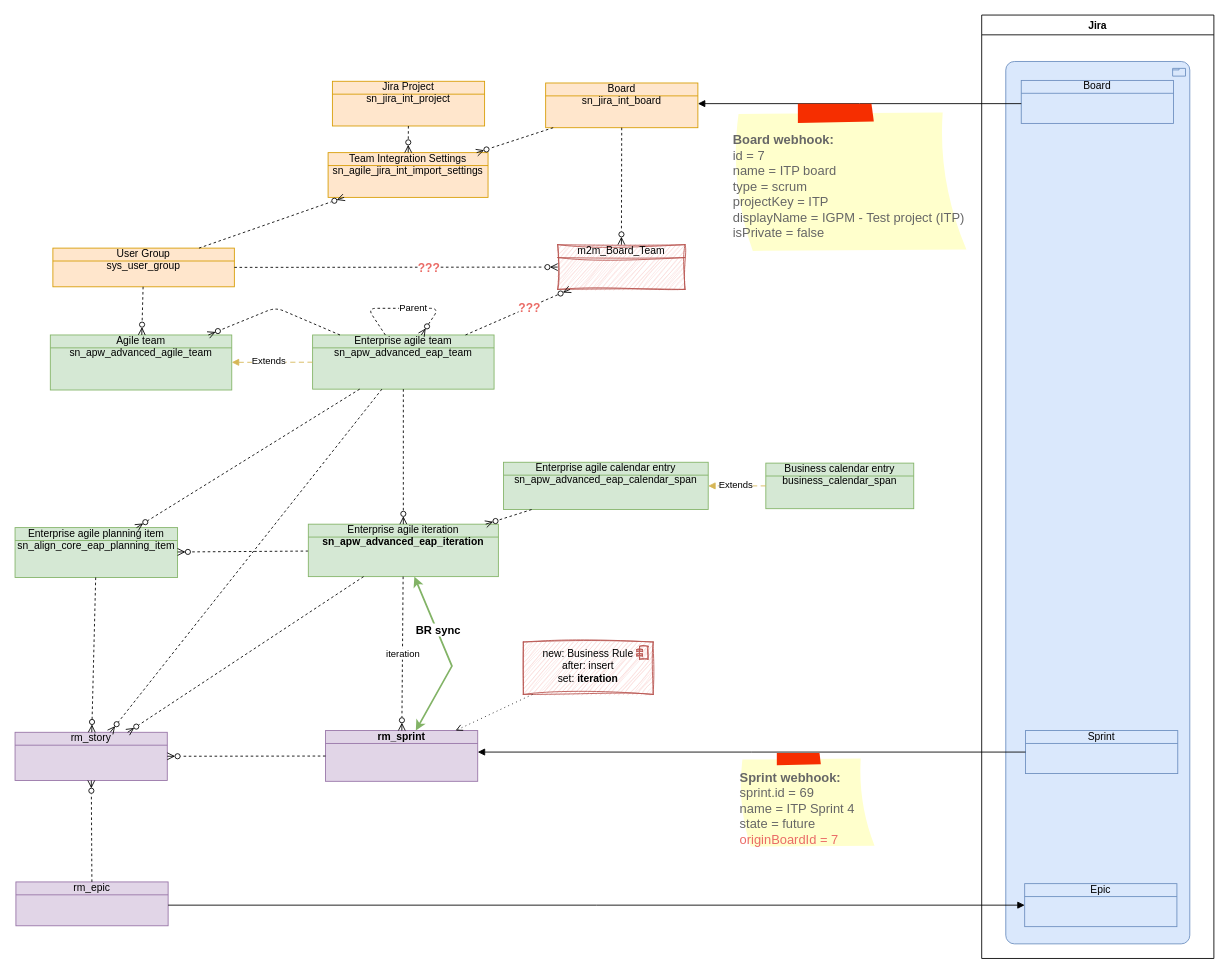
Earlier version of the draw.io diagram BoschEAP.drawio (algimas/tmp). Source tidied: cells renumbered, new cells numbered last; positions are measured from the earlier drawing's top-left corner, leaving out a move shared by most shapes. Both pictures are drawn from the tidied source at 86%, with x=0, y=0 at pixel (15, 15).
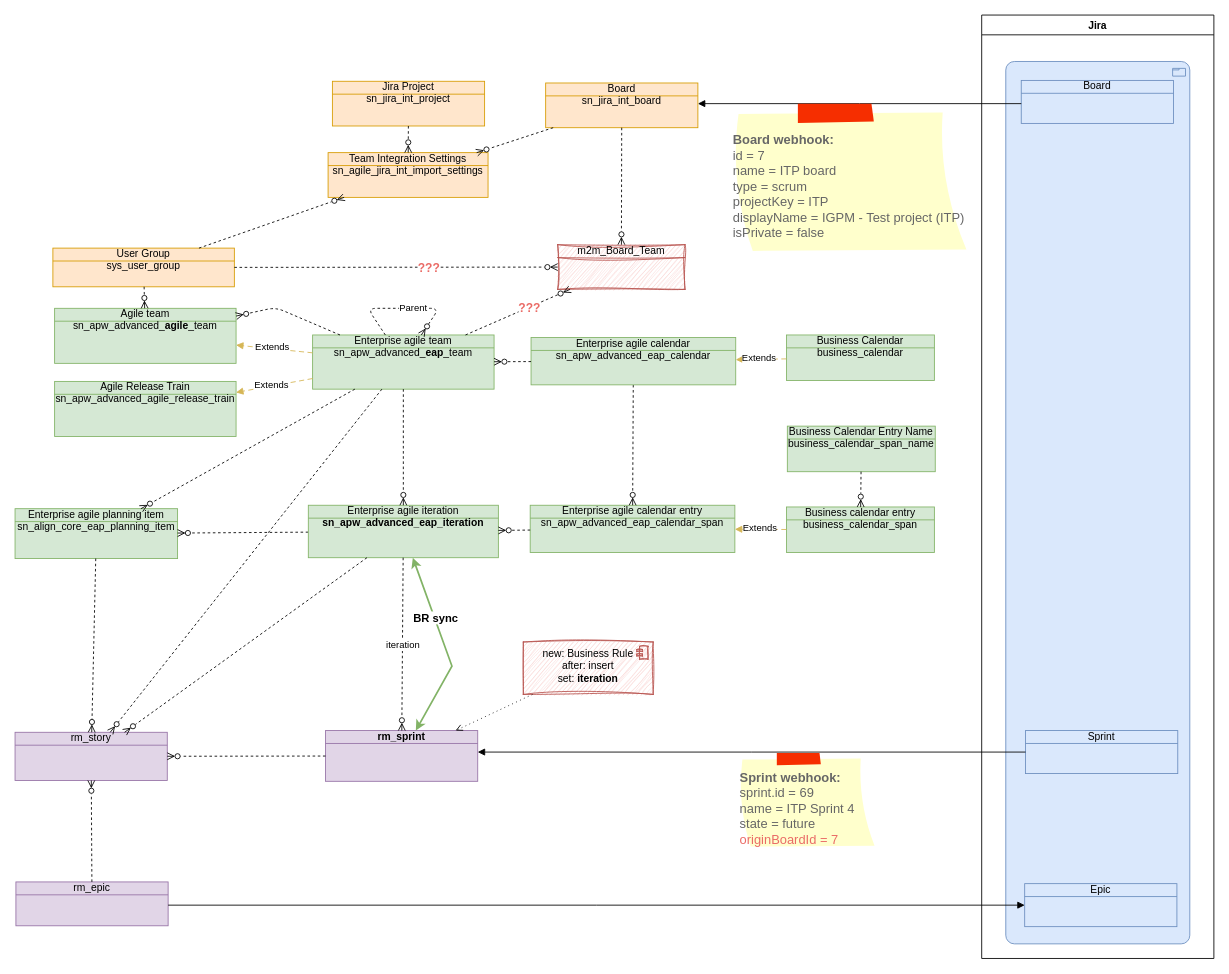
Above is the later version.

The edit, as a diff of the source:
```diff
@@
     <mxCell id="3" value="Enterprise agile planning item sn_align_core_eap_planning_item" style="html=1;outlineConnect=0;whiteSpace=wrap;fillColor=#d5e8d4;shape=mxgraph.archimate3.businessObject;overflow=fill;strokeColor=#82b366;" parent="1" vertex="1">
-      <mxGeometry y="596" width="189" height="58" as="geometry" />
+      <mxGeometry y="574" width="189" height="58" as="geometry" />
     </mxCell>
@@
     <mxCell id="6" value="Enterprise agile iteration &lt;b&gt;sn_apw_advanced_eap_iteration&lt;/b&gt;" style="html=1;outlineConnect=0;whiteSpace=wrap;fillColor=#d5e8d4;shape=mxgraph.archimate3.businessObject;overflow=fill;strokeColor=#82b366;" parent="1" vertex="1">
-      <mxGeometry x="341" y="592" width="221" height="61" as="geometry" />
+      <mxGeometry x="341" y="570" width="221" height="61" as="geometry" />
     </mxCell>
-    <mxCell id="7" value="Enterprise agile team sn_apw_advanced_eap_team" style="html=1;outlineConnect=0;whiteSpace=wrap;fillColor=#d5e8d4;shape=mxgraph.archimate3.businessObject;overflow=fill;strokeColor=#82b366;" parent="1" vertex="1">
+    <mxCell id="7" value="Enterprise agile team sn_apw_advanced_&lt;b&gt;eap&lt;/b&gt;_team" style="html=1;outlineConnect=0;whiteSpace=wrap;fillColor=#d5e8d4;shape=mxgraph.archimate3.businessObject;overflow=fill;strokeColor=#82b366;" parent="1" vertex="1">
       <mxGeometry x="346" y="372" width="211" height="63" as="geometry" />
     </mxCell>
     <mxCell id="8" value="&lt;div&gt;Enterprise agile calendar entry&lt;/div&gt;sn_apw_advanced_eap_calendar_span" style="html=1;outlineConnect=0;whiteSpace=wrap;fillColor=#d5e8d4;shape=mxgraph.archimate3.businessObject;overflow=fill;strokeColor=#82b366;" parent="1" vertex="1">
-      <mxGeometry x="568" y="520" width="238" height="55" as="geometry" />
+      <mxGeometry x="599" y="570" width="238" height="55" as="geometry" />
     </mxCell>
     <mxCell id="9" value="&lt;div&gt;Business calendar entry&lt;/div&gt;business_calendar_span" style="html=1;outlineConnect=0;whiteSpace=wrap;fillColor=#d5e8d4;shape=mxgraph.archimate3.businessObject;overflow=fill;strokeColor=#82b366;" parent="1" vertex="1">
-      <mxGeometry x="873" y="521" width="172" height="53" as="geometry" />
+      <mxGeometry x="897" y="572" width="172" height="53" as="geometry" />
     </mxCell>
@@
-    <mxCell id="30" value="Agile team sn_apw_advanced_agile_team" style="html=1;outlineConnect=0;whiteSpace=wrap;fillColor=#d5e8d4;shape=mxgraph.archimate3.businessObject;overflow=fill;strokeColor=#82b366;" parent="1" vertex="1">
-      <mxGeometry x="41" y="372" width="211" height="64" as="geometry" />
+    <mxCell id="30" value="Agile team sn_apw_advanced_&lt;b&gt;agile&lt;/b&gt;_team" style="html=1;outlineConnect=0;whiteSpace=wrap;fillColor=#d5e8d4;shape=mxgraph.archimate3.businessObject;overflow=fill;strokeColor=#82b366;" parent="1" vertex="1">
+      <mxGeometry x="46" y="341" width="211" height="64" as="geometry" />
     </mxCell>
@@
+    <mxCell id="57" value="&lt;div&gt;Agile Release Train&lt;/div&gt;sn_apw_advanced_agile_release_train" style="html=1;outlineConnect=0;whiteSpace=wrap;fillColor=#d5e8d4;shape=mxgraph.archimate3.businessObject;overflow=fill;strokeColor=#82b366;" parent="1" vertex="1">
+      <mxGeometry x="46" y="426" width="211" height="64" as="geometry" />
+    </mxCell>
+    <mxCell id="58" style="html=1;endArrow=block;dashed=1;elbow=vertical;endFill=1;dashPattern=6 4;rounded=0;fontSize=12;fillColor=#fff2cc;strokeColor=#d6b656;" parent="1" edge="1" source="7" target="57">
+      <mxGeometry relative="1" as="geometry" />
+    </mxCell>
+    <mxCell id="59" value="Extends" style="edgeLabel;html=1;align=center;verticalAlign=middle;" parent="58" vertex="1">
+      <mxGeometry x="0.08" y="-2" relative="1" as="geometry" />
+    </mxCell>
+    <mxCell id="60" value="&lt;div&gt;Business Calendar Entry Name&lt;/div&gt;business_calendar_span_name" style="html=1;outlineConnect=0;whiteSpace=wrap;fillColor=#d5e8d4;shape=mxgraph.archimate3.businessObject;overflow=fill;strokeColor=#82b366;" parent="1" vertex="1">
+      <mxGeometry x="898" y="478" width="172" height="53" as="geometry" />
+    </mxCell>
+    <mxCell id="61" style="html=1;dashed=1;labelBackgroundColor=none;startArrow=none;endArrow=ERzeroToMany;fontFamily=Verdana;fontSize=12;align=left;startFill=0;endFill=0;" parent="1" edge="1" source="60" target="9">
+      <mxGeometry relative="1" as="geometry" />
+    </mxCell>
+    <mxCell id="62" value="&lt;div&gt;Business Calendar&lt;/div&gt;&lt;div&gt;&lt;span style=&quot;background-color: transparent; color: light-dark(rgb(0, 0, 0), rgb(255, 255, 255));&quot;&gt;business_calendar&lt;/span&gt;&lt;/div&gt;" style="html=1;outlineConnect=0;whiteSpace=wrap;fillColor=#d5e8d4;shape=mxgraph.archimate3.businessObject;overflow=fill;strokeColor=#82b366;" parent="1" vertex="1">
+      <mxGeometry x="897" y="372" width="172" height="53" as="geometry" />
+    </mxCell>
+    <mxCell id="63" style="html=1;dashed=1;labelBackgroundColor=none;startArrow=none;endArrow=ERzeroToMany;fontFamily=Verdana;fontSize=12;align=left;startFill=0;endFill=0;" parent="1" edge="1" source="64" target="8">
+      <mxGeometry relative="1" as="geometry" />
+    </mxCell>
+    <mxCell id="64" value="&lt;div&gt;Enterprise agile calendar&lt;/div&gt;sn_apw_advanced_eap_calendar" style="html=1;outlineConnect=0;whiteSpace=wrap;fillColor=#d5e8d4;shape=mxgraph.archimate3.businessObject;overflow=fill;strokeColor=#82b366;" parent="1" vertex="1">
+      <mxGeometry x="600" y="375" width="238" height="55" as="geometry" />
+    </mxCell>
+    <mxCell id="65" style="html=1;endArrow=block;dashed=1;elbow=vertical;endFill=1;dashPattern=6 4;rounded=0;fontSize=12;fillColor=#fff2cc;strokeColor=#d6b656;" parent="1" edge="1" source="62" target="64">
+      <mxGeometry relative="1" as="geometry" />
+    </mxCell>
+    <mxCell id="66" value="Extends" style="edgeLabel;html=1;align=center;verticalAlign=middle;" parent="65" vertex="1">
+      <mxGeometry x="0.08" y="-2" relative="1" as="geometry" />
+    </mxCell>
+    <mxCell id="67" style="html=1;dashed=1;labelBackgroundColor=none;startArrow=none;endArrow=ERzeroToMany;fontFamily=Verdana;fontSize=12;align=left;startFill=0;endFill=0;" parent="1" edge="1" source="64" target="7">
+      <mxGeometry relative="1" as="geometry" />
+    </mxCell>
```
